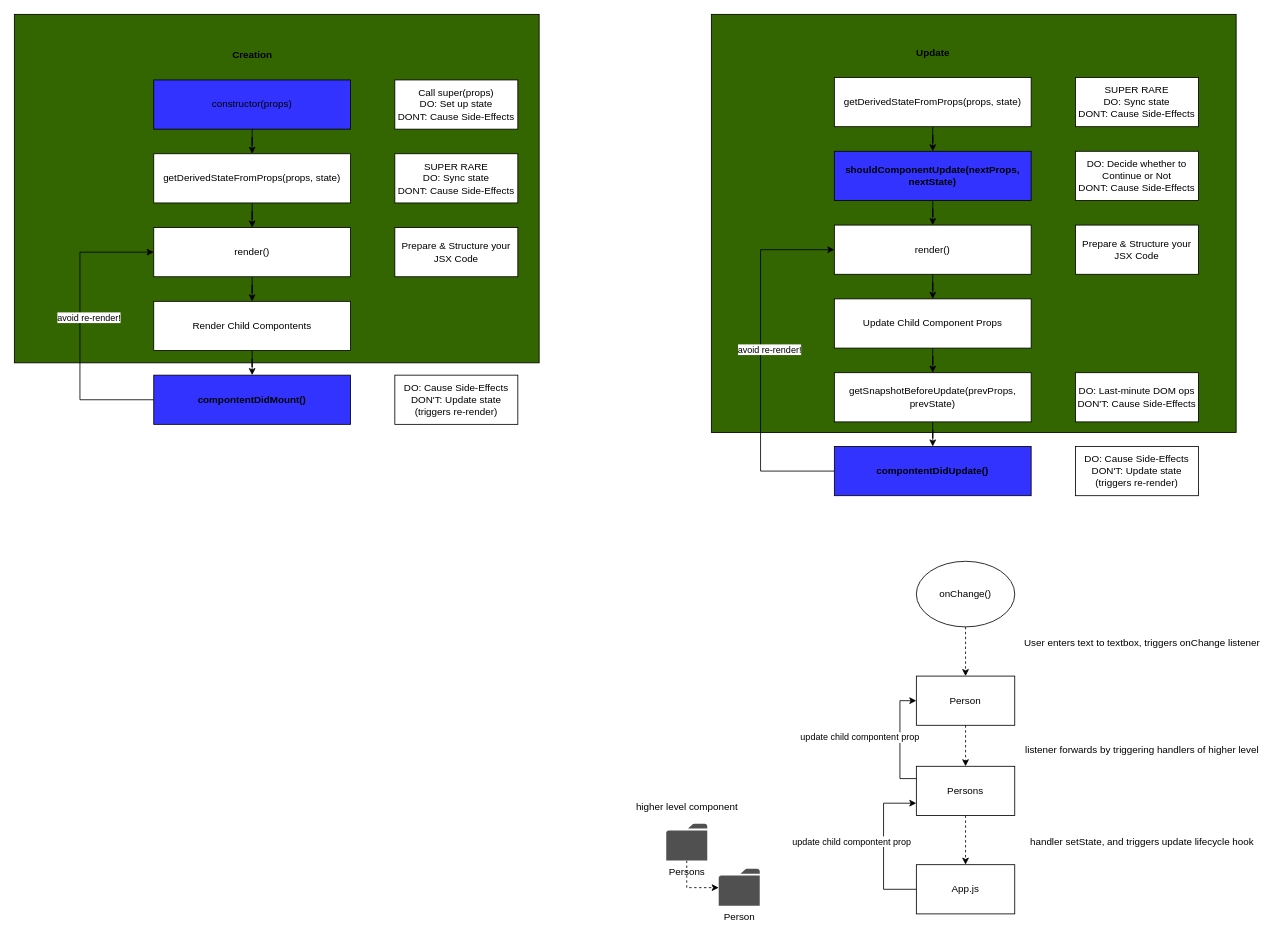
The draw.io diagram docs/component-lifecycle.drawio in roylee0704/react-complete-guide, before the edit. Source tidied: cells renumbered, new cells numbered last; positions are measured from the earlier drawing's top-left corner, leaving out a move shared by most shapes. Both pictures are drawn from the tidied source at 82%, with x=0, y=0 at pixel (14, 14).
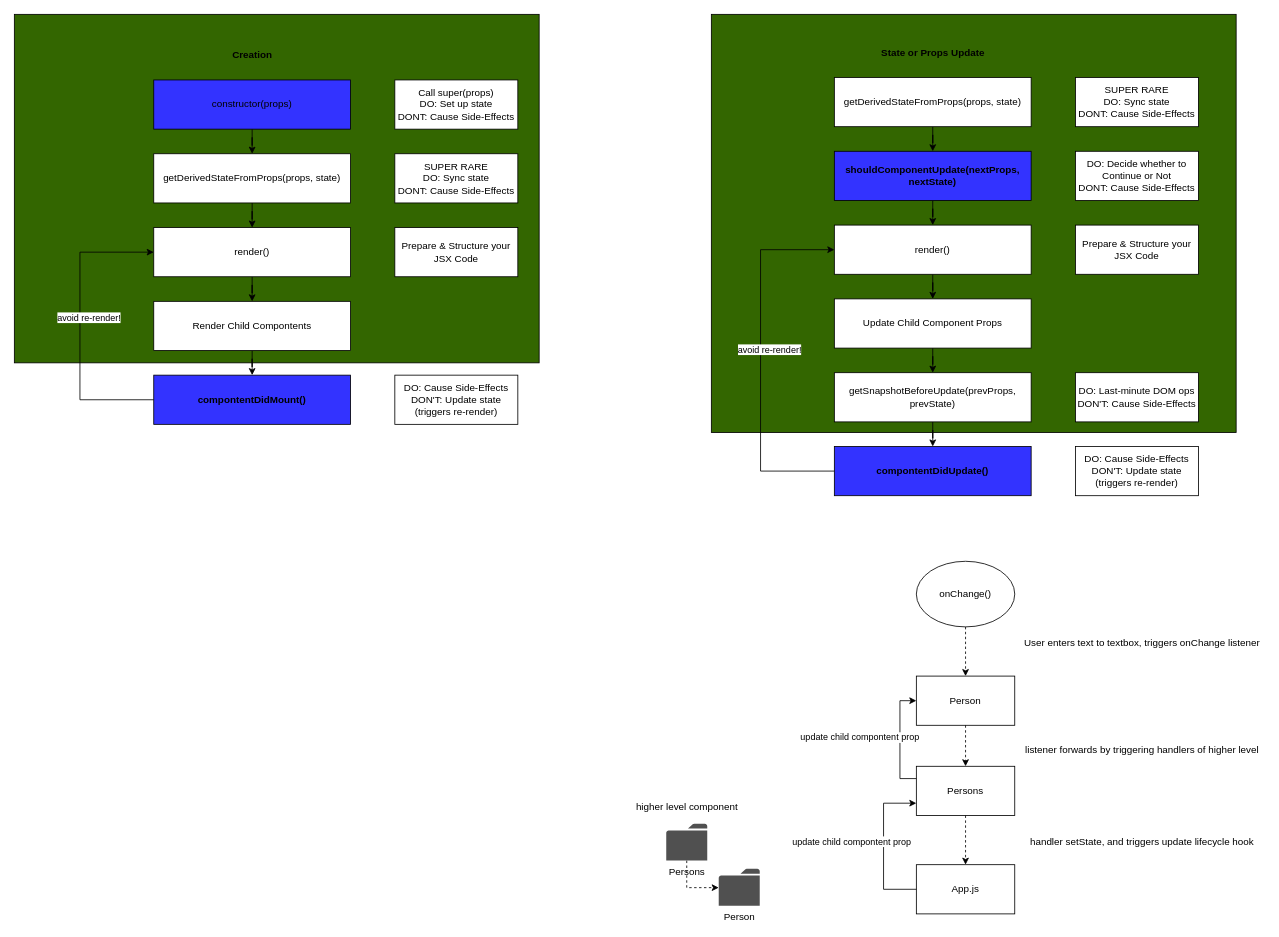
Above is the later version.

Commit message:
fix: consise description

Diff of the diagram source:
```diff
@@
-    <mxCell id="10" value="Update" style="text;html=1;align=center;verticalAlign=middle;fontStyle=1;" parent="1" vertex="1">
-      <mxGeometry x="1090" y="37" width="60" height="20" as="geometry" />
+    <mxCell id="10" value="State or Props Update" style="text;html=1;align=center;verticalAlign=middle;fontStyle=1;" parent="1" vertex="1">
+      <mxGeometry x="1050" y="37" width="140" height="20" as="geometry" />
     </mxCell>
```
